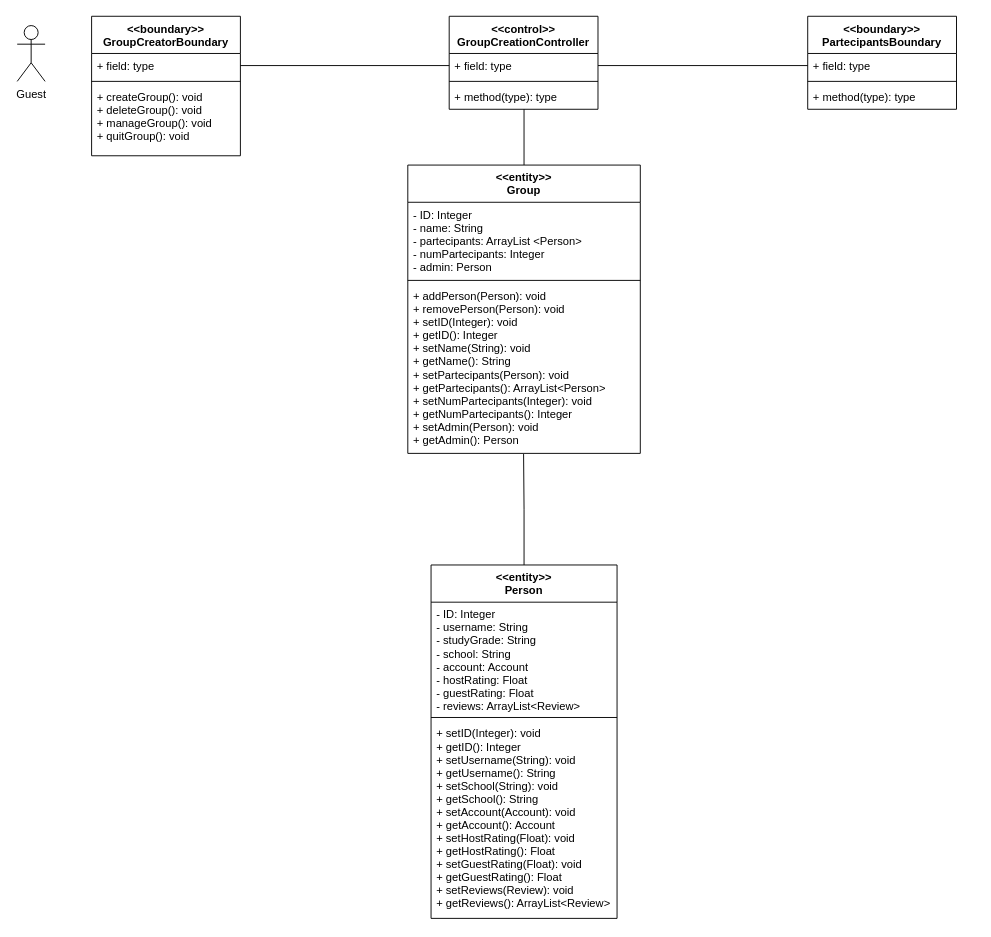
nic-agos/DoveStudi keeps this draw.io diagram as Deliverables/VoPC/VoPC CreateStudyGroup.drawio. Above is the earlier version. Source tidied: cells renumbered, new cells numbered last; positions are measured from the earlier drawing's top-left corner, leaving out a move shared by most shapes. Both pictures are drawn from the tidied source at 93%, with x=0, y=0 at pixel (17, 16).
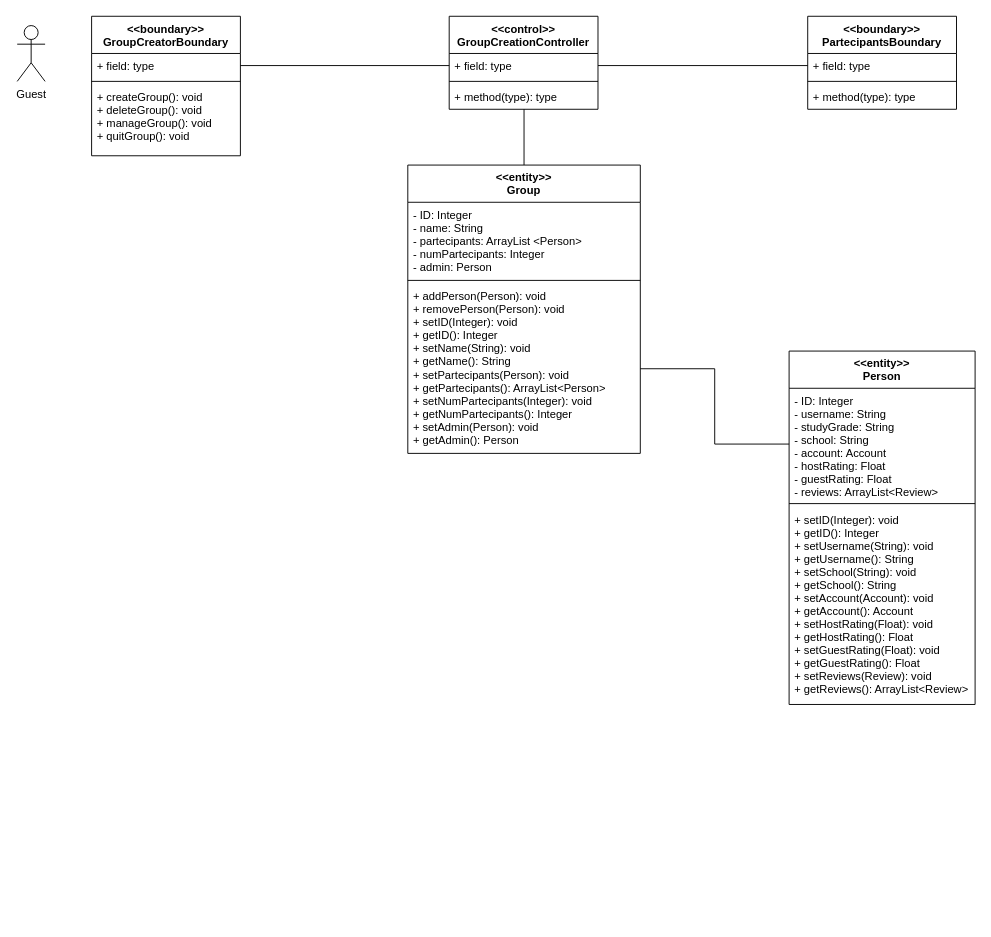
After the change.

The change refers to these unchanged cells:
```xml
<mxCell id="6" value="+ addPerson(Person): void&#10;+ removePerson(Person): void&#10;+ setID(Integer): void&#10;+ getID(): Integer&#10;+ setName(String): void&#10;+ getName(): String&#10;+ setPartecipants(Person): void&#10;+ getPartecipants(): ArrayList&lt;Person&gt;&#10;+ setNumPartecipants(Integer): void&#10;+ getNumPartecipants(): Integer&#10;+ setAdmin(Person): void&#10;+ getAdmin(): Person" style="text;strokeColor=none;fillColor=none;align=left;verticalAlign=top;spacingLeft=4;spacingRight=4;overflow=hidden;points=[[0,0.5],[1,0.5]];portConstraint=eastwest;" parent="3" vertex="1">
  <mxGeometry y="128" width="250" height="182" as="geometry" />
</mxCell>
<mxCell id="24" value="- ID: Integer&#10;- username: String&#10;- studyGrade: String&#10;- school: String&#10;- account: Account&#10;- hostRating: Float&#10;- guestRating: Float&#10;- reviews: ArrayList&lt;Review&gt;" style="text;strokeColor=none;fillColor=none;align=left;verticalAlign=top;spacingLeft=4;spacingRight=4;overflow=hidden;points=[[0,0.5],[1,0.5]];portConstraint=eastwest;" parent="23" vertex="1">
  <mxGeometry y="40" width="200" height="120" as="geometry" />
</mxCell>
```

The edit, as a diff of the source:
```diff
@@
-    <mxCell id="22" style="edgeStyle=orthogonalEdgeStyle;rounded=0;jettySize=auto;html=1;exitX=0.5;exitY=0;exitDx=0;exitDy=0;endArrow=none;endFill=0;entryX=0.498;entryY=1.004;entryDx=0;entryDy=0;entryPerimeter=0;" parent="1" edge="1" source="23" target="6">
+    <mxCell id="22" style="edgeStyle=orthogonalEdgeStyle;rounded=0;jettySize=auto;html=1;exitX=0;exitY=0.5;exitDx=0;exitDy=0;endArrow=none;endFill=0;entryX=1;entryY=0.5;entryDx=0;entryDy=0;" parent="1" edge="1" source="24" target="6">
       <mxGeometry relative="1" as="geometry" />
     </mxCell>
     <mxCell id="23" value="&lt;&lt;entity&gt;&gt;&#10;Person" style="swimlane;fontStyle=1;align=center;verticalAlign=top;horizontal=1;startSize=40;" parent="1" vertex="1">
-      <mxGeometry x="445" y="590" width="200" height="380" as="geometry" />
+      <mxGeometry x="830" y="360" width="200" height="380" as="geometry" />
     </mxCell>
```
